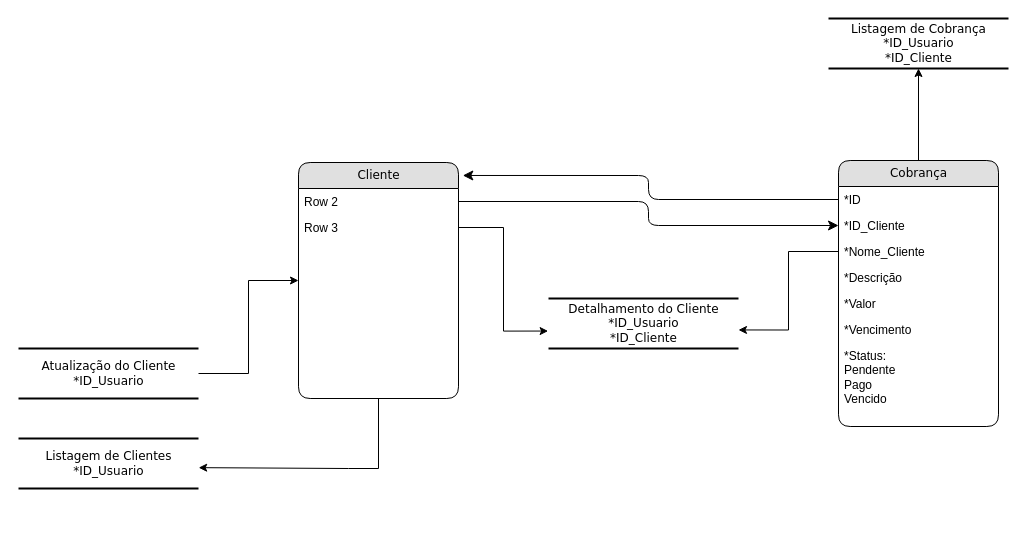
This is Diagrama sem nome.drawio from camila-f-s/camila-f-s, a draw.io file, before an edit. Source tidied: cells renumbered, new cells numbered last; positions are measured from the earlier drawing's top-left corner, leaving out a move shared by most shapes. Both pictures are drawn from the tidied source at 100%, with x=0, y=0 at pixel (18, 18).
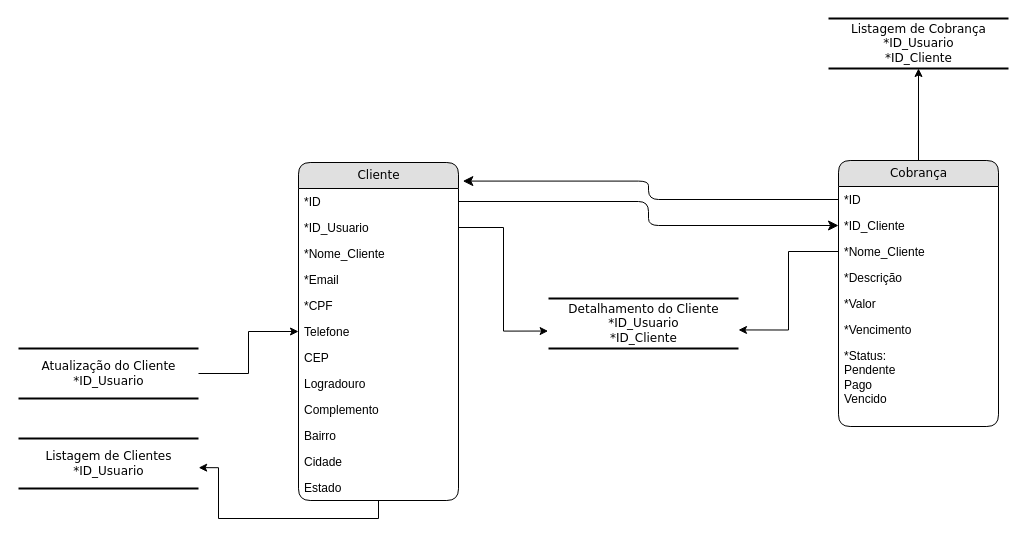
Above is the later version.

Unchanged cells that the change refers to:
```xml
<mxCell id="22" value="Listagem de Clientes&lt;br&gt;*ID_Usuario" style="html=1;rounded=0;shadow=0;comic=0;labelBackgroundColor=none;strokeWidth=2;fontFamily=Verdana;fontSize=12;align=center;shape=mxgraph.ios7ui.horLines;" parent="1" vertex="1">
  <mxGeometry y="420" width="180" height="50" as="geometry" />
</mxCell>
```

Change to the diagram source:
```diff
@@
     <mxCell id="2" style="edgeStyle=orthogonalEdgeStyle;rounded=0;jettySize=auto;html=1;exitX=0.5;exitY=1;exitDx=0;exitDy=0;entryX=1.001;entryY=0.583;entryDx=0;entryDy=0;entryPerimeter=0;" parent="1" edge="1" source="3" target="22">
       <mxGeometry relative="1" as="geometry">
         <Array as="points">
-          <mxPoint x="330" y="450" />
-          <mxPoint x="160" y="450" />
+          <mxPoint x="360" y="500" />
+          <mxPoint x="200" y="500" />
+          <mxPoint x="200" y="449" />
         </Array>
       </mxGeometry>
     </mxCell>
     <mxCell id="3" value="Cliente" style="swimlane;html=1;fontStyle=0;horizontal=1;startSize=26;fillColor=#e0e0e0;swimlaneFillColor=#ffffff;align=center;rounded=1;shadow=0;comic=0;labelBackgroundColor=none;strokeWidth=1;fontFamily=Verdana;fontSize=12;" parent="1" vertex="1">
-      <mxGeometry x="280" y="144" width="160" height="236" as="geometry" />
+      <mxGeometry x="280" y="144" width="160" height="338" as="geometry" />
     </mxCell>
-    <mxCell id="4" value="Row 2" style="text;html=1;strokeColor=none;fillColor=none;spacingLeft=4;spacingRight=4;whiteSpace=wrap;overflow=hidden;points=[[0,0.5],[1,0.5]];portConstraint=eastwest;" parent="3" vertex="1">
+    <mxCell id="4" value="*ID" style="text;html=1;strokeColor=none;fillColor=none;spacingLeft=4;spacingRight=4;whiteSpace=wrap;overflow=hidden;points=[[0,0.5],[1,0.5]];portConstraint=eastwest;" parent="3" vertex="1">
       <mxGeometry y="26" width="160" height="26" as="geometry" />
     </mxCell>
-    <mxCell id="5" value="Row 3" style="text;html=1;strokeColor=none;fillColor=none;spacingLeft=4;spacingRight=4;whiteSpace=wrap;overflow=hidden;points=[[0,0.5],[1,0.5]];portConstraint=eastwest;" parent="3" vertex="1">
+    <mxCell id="5" value="*ID_Usuario" style="text;html=1;strokeColor=none;fillColor=none;spacingLeft=4;spacingRight=4;whiteSpace=wrap;overflow=hidden;points=[[0,0.5],[1,0.5]];portConstraint=eastwest;" parent="3" vertex="1">
       <mxGeometry y="52" width="160" height="26" as="geometry" />
     </mxCell>
+    <mxCell id="24" value="*Nome_Cliente" style="text;html=1;strokeColor=none;fillColor=none;spacingLeft=4;spacingRight=4;whiteSpace=wrap;overflow=hidden;" parent="3" vertex="1">
+      <mxGeometry y="78" width="160" height="26" as="geometry" />
+    </mxCell>
+    <mxCell id="25" value="*Email" style="text;html=1;strokeColor=none;fillColor=none;spacingLeft=4;spacingRight=4;whiteSpace=wrap;overflow=hidden;" parent="3" vertex="1">
+      <mxGeometry y="104" width="160" height="26" as="geometry" />
+    </mxCell>
+    <mxCell id="26" value="*CPF" style="text;html=1;strokeColor=none;fillColor=none;spacingLeft=4;spacingRight=4;whiteSpace=wrap;overflow=hidden;" parent="3" vertex="1">
+      <mxGeometry y="130" width="160" height="26" as="geometry" />
+    </mxCell>
+    <mxCell id="27" value="Telefone" style="text;html=1;strokeColor=none;fillColor=none;spacingLeft=4;spacingRight=4;whiteSpace=wrap;overflow=hidden;" parent="3" vertex="1">
+      <mxGeometry y="156" width="160" height="26" as="geometry" />
+    </mxCell>
+    <mxCell id="28" value="CEP" style="text;html=1;strokeColor=none;fillColor=none;spacingLeft=4;spacingRight=4;whiteSpace=wrap;overflow=hidden;" parent="3" vertex="1">
+      <mxGeometry y="182" width="160" height="26" as="geometry" />
+    </mxCell>
+    <mxCell id="29" value="Logradouro" style="text;html=1;strokeColor=none;fillColor=none;spacingLeft=4;spacingRight=4;whiteSpace=wrap;overflow=hidden;" parent="3" vertex="1">
+      <mxGeometry y="208" width="160" height="26" as="geometry" />
+    </mxCell>
+    <mxCell id="30" value="Complemento" style="text;html=1;strokeColor=none;fillColor=none;spacingLeft=4;spacingRight=4;whiteSpace=wrap;overflow=hidden;" parent="3" vertex="1">
+      <mxGeometry y="234" width="160" height="26" as="geometry" />
+    </mxCell>
+    <mxCell id="31" value="Bairro" style="text;html=1;strokeColor=none;fillColor=none;spacingLeft=4;spacingRight=4;whiteSpace=wrap;overflow=hidden;" parent="3" vertex="1">
+      <mxGeometry y="260" width="160" height="26" as="geometry" />
+    </mxCell>
+    <mxCell id="32" value="Cidade" style="text;html=1;strokeColor=none;fillColor=none;spacingLeft=4;spacingRight=4;whiteSpace=wrap;overflow=hidden;" parent="3" vertex="1">
+      <mxGeometry y="286" width="160" height="26" as="geometry" />
+    </mxCell>
+    <mxCell id="33" value="Estado" style="text;html=1;strokeColor=none;fillColor=none;spacingLeft=4;spacingRight=4;whiteSpace=wrap;overflow=hidden;" parent="3" vertex="1">
+      <mxGeometry y="312" width="160" height="26" as="geometry" />
+    </mxCell>
```
